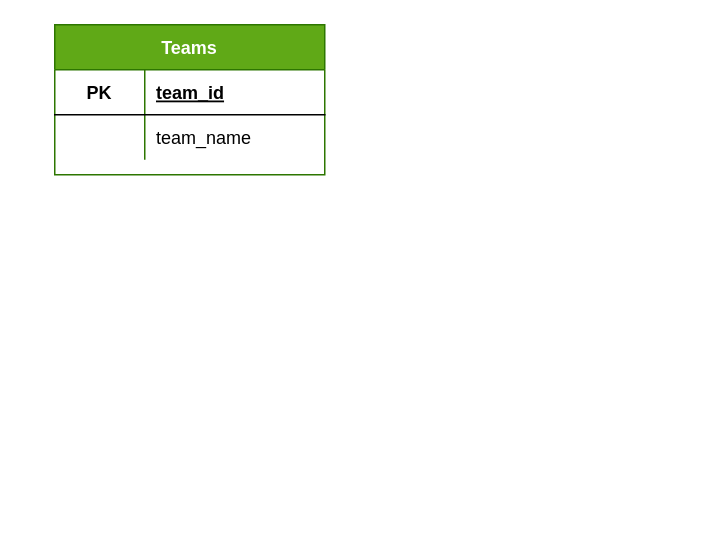
Before: page "logical" (2 of 2) of qatar2022.drawio in r3card0/WorldCup2022, a draw.io diagram. Source tidied: cells renumbered, new cells numbered last; positions are measured from the earlier drawing's top-left corner, leaving out a move shared by most shapes. Both pictures are drawn from the tidied source at 150%, with x=0, y=0 at pixel (54, 24).
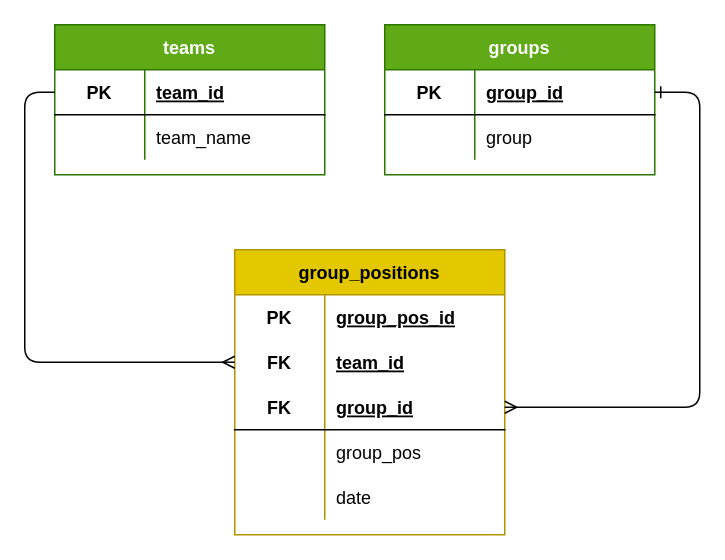
Above is the later version.

Commit message:
logical, teams, groups, group_positions

The change refers to these unchanged cells:
```xml
<mxCell id="3" style="shape=partialRectangle;fillColor=none;top=0;left=0;bottom=1;right=0;points=[[0,0.5],[1,0.5]];portConstraint=eastwest;" parent="2" vertex="1">
  <mxGeometry y="30" width="180" height="30" as="geometry" />
</mxCell>
```

What changed in the source:
```diff
@@
-    <mxCell id="2" value="Teams" style="shape=table;startSize=30;childLayout=tableLayout;rowLines=0;fontStyle=1;align=center;fillColor=#60a917;fontColor=#ffffff;strokeColor=#2D7600;" parent="1" vertex="1">
+    <mxCell id="2" value="teams" style="shape=table;startSize=30;childLayout=tableLayout;rowLines=0;fontStyle=1;align=center;fillColor=#60a917;fontColor=#ffffff;strokeColor=#2D7600;" parent="1" vertex="1">
       <mxGeometry width="180" height="100" as="geometry" />
     </mxCell>
@@
+    <mxCell id="9" value="groups" style="shape=table;startSize=30;childLayout=tableLayout;rowLines=0;fontStyle=1;align=center;fillColor=#60a917;fontColor=#ffffff;strokeColor=#2D7600;" parent="1" vertex="1">
+      <mxGeometry x="220" width="180" height="100" as="geometry" />
+    </mxCell>
+    <mxCell id="10" style="shape=partialRectangle;fillColor=none;top=0;left=0;bottom=1;right=0;points=[[0,0.5],[1,0.5]];portConstraint=eastwest;" parent="9" vertex="1">
+      <mxGeometry y="30" width="180" height="30" as="geometry" />
+    </mxCell>
+    <mxCell id="11" value="PK" style="shape=partialRectangle;fillColor=none;top=0;left=0;bottom=0;right=0;fontStyle=1;overflow=hidden;" parent="10" vertex="1">
+      <mxGeometry width="60" height="30" as="geometry" />
+    </mxCell>
+    <mxCell id="12" value="group_id" style="shape=partialRectangle;fillColor=none;top=0;left=0;bottom=0;right=0;align=left;spacingLeft=6;fontStyle=5;overflow=hidden;" parent="10" vertex="1">
+      <mxGeometry x="60" width="120" height="30" as="geometry" />
+    </mxCell>
+    <mxCell id="13" style="shape=partialRectangle;fillColor=none;top=0;left=0;bottom=0;right=0;" parent="9" vertex="1">
+      <mxGeometry y="60" width="180" height="30" as="geometry" />
+    </mxCell>
+    <mxCell id="14" style="shape=partialRectangle;fillColor=none;top=0;left=0;bottom=0;right=0;overflow=hidden;" parent="13" vertex="1">
+      <mxGeometry width="60" height="30" as="geometry" />
+    </mxCell>
+    <mxCell id="15" value="group" style="shape=partialRectangle;fillColor=none;top=0;left=0;bottom=0;right=0;align=left;spacingLeft=6;overflow=hidden;" parent="13" vertex="1">
+      <mxGeometry x="60" width="120" height="30" as="geometry" />
+    </mxCell>
+    <mxCell id="16" value="group_positions" style="shape=table;startSize=30;childLayout=tableLayout;rowLines=0;fontStyle=1;align=center;fillColor=#e3c800;fontColor=#000000;strokeColor=#B09500;" parent="1" vertex="1">
+      <mxGeometry x="120" y="150" width="180" height="190" as="geometry" />
+    </mxCell>
+    <mxCell id="17" style="shape=partialRectangle;fillColor=none;top=0;left=0;bottom=0;right=0;" parent="16" vertex="1">
+      <mxGeometry y="30" width="180" height="30" as="geometry" />
+    </mxCell>
+    <mxCell id="18" value="PK" style="shape=partialRectangle;fillColor=none;top=0;left=0;bottom=0;right=0;fontStyle=1;overflow=hidden;" parent="17" vertex="1">
+      <mxGeometry width="60" height="30" as="geometry" />
+    </mxCell>
+    <mxCell id="19" value="group_pos_id" style="shape=partialRectangle;fillColor=none;top=0;left=0;bottom=0;right=0;align=left;spacingLeft=6;fontStyle=5;overflow=hidden;" parent="17" vertex="1">
+      <mxGeometry x="60" width="120" height="30" as="geometry" />
+    </mxCell>
+    <mxCell id="20" style="shape=partialRectangle;fillColor=none;top=0;left=0;bottom=0;right=0;points=[[0,0.5],[1,0.5]];portConstraint=eastwest;" parent="16" vertex="1">
+      <mxGeometry y="60" width="180" height="30" as="geometry" />
+    </mxCell>
+    <mxCell id="21" value="FK" style="shape=partialRectangle;fillColor=none;top=0;left=0;bottom=0;right=0;fontStyle=1;overflow=hidden;" parent="20" vertex="1">
+      <mxGeometry width="60" height="30" as="geometry" />
+    </mxCell>
+    <mxCell id="22" value="team_id" style="shape=partialRectangle;fillColor=none;top=0;left=0;bottom=0;right=0;align=left;spacingLeft=6;fontStyle=5;overflow=hidden;" parent="20" vertex="1">
+      <mxGeometry x="60" width="120" height="30" as="geometry" />
+    </mxCell>
+    <mxCell id="23" style="shape=partialRectangle;fillColor=none;top=0;left=0;bottom=1;right=0;points=[[0,0.5],[1,0.5]];portConstraint=eastwest;" parent="16" vertex="1">
+      <mxGeometry y="90" width="180" height="30" as="geometry" />
+    </mxCell>
+    <mxCell id="24" value="FK" style="shape=partialRectangle;fillColor=none;top=0;left=0;bottom=0;right=0;fontStyle=1;overflow=hidden;" parent="23" vertex="1">
+      <mxGeometry width="60" height="30" as="geometry" />
+    </mxCell>
+    <mxCell id="25" value="group_id" style="shape=partialRectangle;fillColor=none;top=0;left=0;bottom=0;right=0;align=left;spacingLeft=6;fontStyle=5;overflow=hidden;" parent="23" vertex="1">
+      <mxGeometry x="60" width="120" height="30" as="geometry" />
+    </mxCell>
+    <mxCell id="26" style="shape=partialRectangle;fillColor=none;top=0;left=0;bottom=0;right=0;" parent="16" vertex="1">
+      <mxGeometry y="120" width="180" height="30" as="geometry" />
+    </mxCell>
+    <mxCell id="27" style="shape=partialRectangle;fillColor=none;top=0;left=0;bottom=0;right=0;overflow=hidden;" parent="26" vertex="1">
+      <mxGeometry width="60" height="30" as="geometry" />
+    </mxCell>
+    <mxCell id="28" value="group_pos" style="shape=partialRectangle;fillColor=none;top=0;left=0;bottom=0;right=0;align=left;spacingLeft=6;overflow=hidden;" parent="26" vertex="1">
+      <mxGeometry x="60" width="120" height="30" as="geometry" />
+    </mxCell>
+    <mxCell id="29" style="shape=partialRectangle;fillColor=none;top=0;left=0;bottom=0;right=0;" parent="16" vertex="1">
+      <mxGeometry y="150" width="180" height="30" as="geometry" />
+    </mxCell>
+    <mxCell id="30" style="shape=partialRectangle;fillColor=none;top=0;left=0;bottom=0;right=0;overflow=hidden;" parent="29" vertex="1">
+      <mxGeometry width="60" height="30" as="geometry" />
+    </mxCell>
+    <mxCell id="31" value="date" style="shape=partialRectangle;fillColor=none;top=0;left=0;bottom=0;right=0;align=left;spacingLeft=6;overflow=hidden;" parent="29" vertex="1">
+      <mxGeometry x="60" width="120" height="30" as="geometry" />
+    </mxCell>
+    <mxCell id="32" style="edgeStyle=none;html=1;entryX=0;entryY=0.5;entryDx=0;entryDy=0;exitX=0;exitY=0.5;exitDx=0;exitDy=0;endArrow=ERmany;endFill=0;" parent="1" edge="1" source="3" target="20">
+      <mxGeometry relative="1" as="geometry">
+        <Array as="points">
+          <mxPoint x="-20" y="45" />
+          <mxPoint x="-20" y="110" />
+          <mxPoint x="-20" y="225" />
+        </Array>
+      </mxGeometry>
+    </mxCell>
+    <mxCell id="33" style="edgeStyle=none;html=1;entryX=1;entryY=0.5;entryDx=0;entryDy=0;endArrow=ERmany;endFill=0;exitX=1;exitY=0.5;exitDx=0;exitDy=0;startArrow=ERone;startFill=0;" parent="1" edge="1" source="10" target="23">
+      <mxGeometry relative="1" as="geometry">
+        <Array as="points">
+          <mxPoint x="430" y="45" />
+          <mxPoint x="430" y="255" />
+        </Array>
+      </mxGeometry>
+    </mxCell>
```
